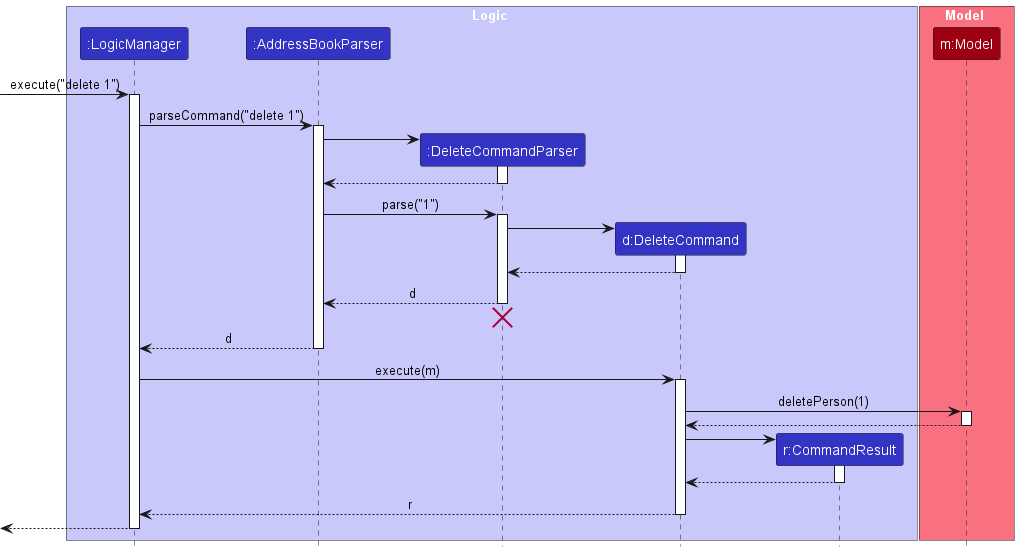
The PlantUML diagram docs/images/DeleteSequenceDiagram.png in nus-cs2103-AY2425S1/tp, before a commit.
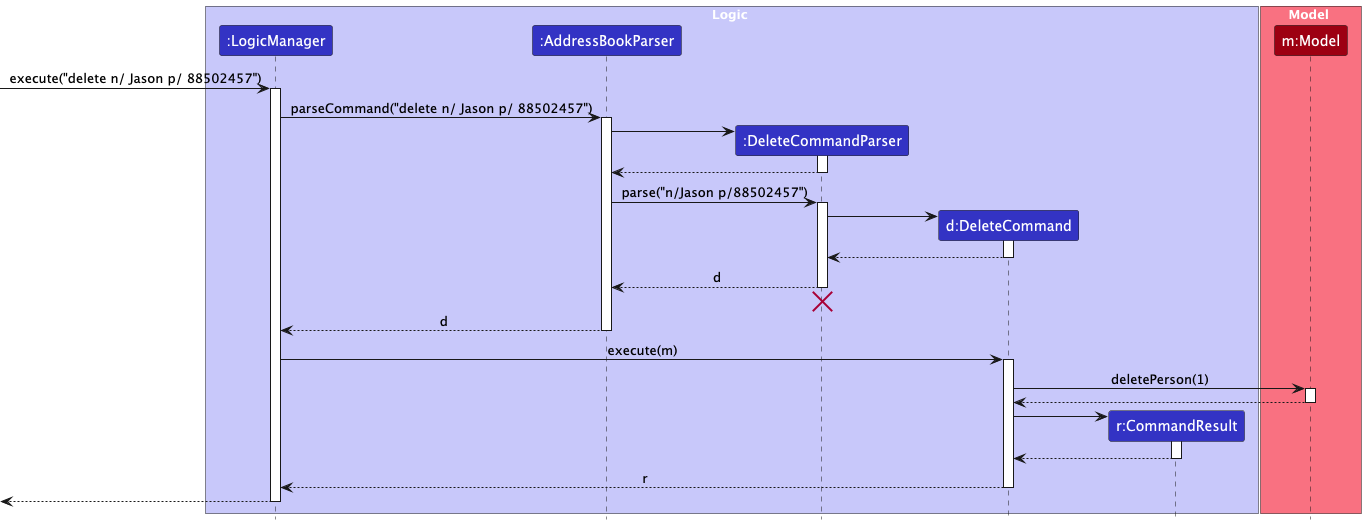
Above is the later version.

What changed in the source:
```diff
@@ -14,10 +14,10 @@
 participant "m:Model" as Model MODEL_COLOR
 end box
 
-[-> LogicManager : execute("delete 1")
+[-> LogicManager : execute("delete n/ Jason p/ 88502457")
 activate LogicManager
 
-LogicManager -> AddressBookParser : parseCommand("delete 1")
+LogicManager -> AddressBookParser : parseCommand("delete n/ Jason p/ 88502457")
 activate AddressBookParser
 
 create DeleteCommandParser
@@ -27,7 +27,7 @@
 DeleteCommandParser --> AddressBookParser
 deactivate DeleteCommandParser
 
-AddressBookParser -> DeleteCommandParser : parse("1")
+AddressBookParser -> DeleteCommandParser : parse("n/Jason p/88502457")
 activate DeleteCommandParser
 
 create DeleteCommand
```
